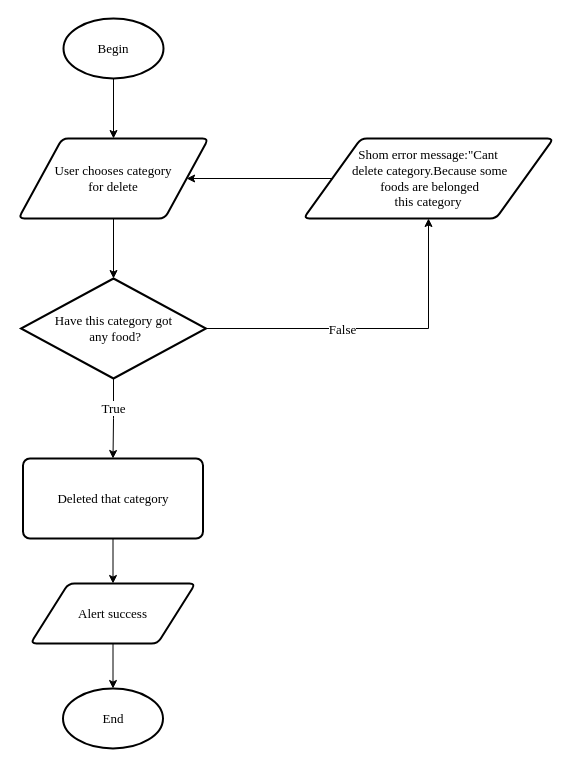
daomtthuan/do-an keeps this draw.io diagram as page "Delete Category" (18 of 20) of document/diagram/flowchart.drawio. Above is the earlier version. Source tidied: cells renumbered, new cells numbered last; positions are measured from the earlier drawing's top-left corner, leaving out a move shared by most shapes. Both pictures are drawn from the tidied source at 100%, with x=0, y=0 at pixel (18, 18).
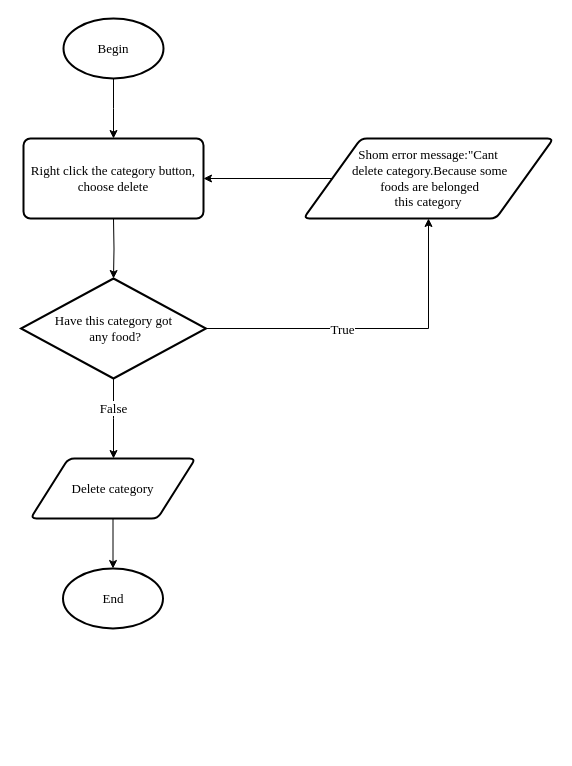
Above is the later version.

Change to the diagram source:
```diff
@@
 <mxGraphModel>
   <root>
     <mxCell id="0" />
     <mxCell id="1" parent="0" />
-    <mxCell id="2" style="edgeStyle=orthogonalEdgeStyle;rounded=0;jettySize=auto;html=1;exitX=0.5;exitY=1;exitDx=0;exitDy=0;exitPerimeter=0;fontFamily=Times New Roman;fontSize=13;" parent="1" edge="1" source="3" target="5">
-      <mxGeometry relative="1" as="geometry" />
+    <mxCell id="2" style="edgeStyle=orthogonalEdgeStyle;rounded=0;jettySize=auto;html=1;exitX=0.5;exitY=1;exitDx=0;exitDy=0;exitPerimeter=0;fontFamily=Times New Roman;fontSize=13;" parent="1" edge="1" source="3">
+      <mxGeometry relative="1" as="geometry">
+        <mxPoint x="95" y="120" as="targetPoint" />
+      </mxGeometry>
     </mxCell>
     <mxCell id="3" value="Begin" style="strokeWidth=2;html=1;shape=mxgraph.flowchart.start_1;whiteSpace=wrap;fontFamily=Times New Roman;fontSize=13;" parent="1" vertex="1">
       <mxGeometry x="45" width="100" height="60" as="geometry" />
     </mxCell>
-    <mxCell id="4" style="edgeStyle=orthogonalEdgeStyle;rounded=0;jettySize=auto;html=1;exitX=0.5;exitY=1;exitDx=0;exitDy=0;fontFamily=Times New Roman;fontSize=13;" parent="1" edge="1" source="5" target="17">
-      <mxGeometry relative="1" as="geometry" />
+    <mxCell id="4" style="edgeStyle=orthogonalEdgeStyle;rounded=0;jettySize=auto;html=1;exitX=0.5;exitY=1;exitDx=0;exitDy=0;fontFamily=Times New Roman;fontSize=13;" parent="1" edge="1" target="17">
+      <mxGeometry relative="1" as="geometry">
+        <mxPoint x="95" y="200" as="sourcePoint" />
+      </mxGeometry>
     </mxCell>
-    <mxCell id="5" value="User chooses category &lt;br style=&quot;font-size: 13px;&quot;&gt;for delete" style="shape=parallelogram;html=1;strokeWidth=2;perimeter=parallelogramPerimeter;whiteSpace=wrap;rounded=1;arcSize=12;size=0.23;fontFamily=Times New Roman;fontSize=13;" parent="1" vertex="1">
-      <mxGeometry y="120" width="190" height="80" as="geometry" />
-    </mxCell>
-    <mxCell id="6" style="edgeStyle=orthogonalEdgeStyle;rounded=0;jettySize=auto;html=1;exitX=0.5;exitY=1;exitDx=0;exitDy=0;entryX=0.5;entryY=0;entryDx=0;entryDy=0;fontFamily=Times New Roman;fontSize=13;" parent="1" edge="1" source="7" target="9">
-      <mxGeometry relative="1" as="geometry" />
-    </mxCell>
-    <mxCell id="7" value="Deleted that category" style="rounded=1;whiteSpace=wrap;html=1;absoluteArcSize=1;arcSize=14;strokeWidth=2;fontFamily=Times New Roman;fontSize=13;" parent="1" vertex="1">
-      <mxGeometry x="4.5" y="440" width="180" height="80" as="geometry" />
-    </mxCell>
     <mxCell id="8" style="edgeStyle=orthogonalEdgeStyle;rounded=0;jettySize=auto;html=1;entryX=0.5;entryY=0;entryDx=0;entryDy=0;entryPerimeter=0;fontFamily=Times New Roman;fontSize=13;" parent="1" edge="1" source="9" target="12">
       <mxGeometry relative="1" as="geometry" />
     </mxCell>
-    <mxCell id="9" value="Alert success" style="shape=parallelogram;html=1;strokeWidth=2;perimeter=parallelogramPerimeter;whiteSpace=wrap;rounded=1;arcSize=12;size=0.23;fontFamily=Times New Roman;fontSize=13;" parent="1" vertex="1">
-      <mxGeometry x="12" y="565" width="165" height="60" as="geometry" />
+    <mxCell id="9" value="Delete category" style="shape=parallelogram;html=1;strokeWidth=2;perimeter=parallelogramPerimeter;whiteSpace=wrap;rounded=1;arcSize=12;size=0.23;fontFamily=Times New Roman;fontSize=13;" parent="1" vertex="1">
+      <mxGeometry x="12" y="440" width="165" height="60" as="geometry" />
     </mxCell>
-    <mxCell id="10" style="edgeStyle=orthogonalEdgeStyle;rounded=0;jettySize=auto;html=1;exitX=0;exitY=0.5;exitDx=0;exitDy=0;entryX=1;entryY=0.5;entryDx=0;entryDy=0;fontFamily=Times New Roman;fontSize=13;" parent="1" edge="1" source="11" target="5">
+    <mxCell id="10" style="edgeStyle=orthogonalEdgeStyle;rounded=0;jettySize=auto;html=1;exitX=0;exitY=0.5;exitDx=0;exitDy=0;entryX=1;entryY=0.5;entryDx=0;entryDy=0;fontFamily=Times New Roman;fontSize=13;" parent="1" edge="1" source="11" target="18">
       <mxGeometry relative="1" as="geometry" />
     </mxCell>
     <mxCell id="11" value="Shom error message:&quot;Cant&lt;br&gt;&amp;nbsp;delete category.Because some&lt;br&gt;&amp;nbsp;foods are belonged &lt;br&gt;this category" style="shape=parallelogram;html=1;strokeWidth=2;perimeter=parallelogramPerimeter;whiteSpace=wrap;rounded=1;arcSize=12;size=0.23;fontFamily=Times New Roman;fontSize=13;" parent="1" vertex="1">
       <mxGeometry x="285" y="120" width="250" height="80" as="geometry" />
     </mxCell>
     <mxCell id="12" value="End" style="strokeWidth=2;html=1;shape=mxgraph.flowchart.start_1;whiteSpace=wrap;fontFamily=Times New Roman;fontSize=13;" parent="1" vertex="1">
-      <mxGeometry x="44.5" y="670" width="100" height="60" as="geometry" />
+      <mxGeometry x="44.5" y="550" width="100" height="60" as="geometry" />
     </mxCell>
-    <mxCell id="13" style="edgeStyle=orthogonalEdgeStyle;rounded=0;jettySize=auto;html=1;exitX=0.5;exitY=1;exitDx=0;exitDy=0;exitPerimeter=0;entryX=0.5;entryY=0;entryDx=0;entryDy=0;fontFamily=Times New Roman;fontSize=13;" parent="1" edge="1" source="17" target="7">
-      <mxGeometry relative="1" as="geometry" />
+    <mxCell id="13" style="edgeStyle=orthogonalEdgeStyle;rounded=0;jettySize=auto;html=1;exitX=0.5;exitY=1;exitDx=0;exitDy=0;exitPerimeter=0;entryX=0.5;entryY=0;entryDx=0;entryDy=0;fontFamily=Times New Roman;fontSize=13;" parent="1" edge="1" source="17">
+      <mxGeometry relative="1" as="geometry">
+        <mxPoint x="95" y="440" as="targetPoint" />
+      </mxGeometry>
     </mxCell>
-    <mxCell id="14" value="True" style="text;html=1;align=center;verticalAlign=middle;labelBackgroundColor=#ffffff;fontSize=13;fontFamily=Times New Roman;" parent="13" vertex="1">
+    <mxCell id="14" value="False" style="text;html=1;align=center;verticalAlign=middle;labelBackgroundColor=#ffffff;fontSize=13;fontFamily=Times New Roman;" parent="13" vertex="1">
       <mxGeometry x="0.29" relative="1" as="geometry">
         <mxPoint x="-0.5" y="-22" as="offset" />
       </mxGeometry>
     </mxCell>
     <mxCell id="15" style="edgeStyle=orthogonalEdgeStyle;rounded=0;jettySize=auto;html=1;exitX=1;exitY=0.5;exitDx=0;exitDy=0;exitPerimeter=0;entryX=0.5;entryY=1;entryDx=0;entryDy=0;fontFamily=Times New Roman;fontSize=13;" parent="1" edge="1" source="17" target="11">
       <mxGeometry relative="1" as="geometry" />
     </mxCell>
-    <mxCell id="16" value="False" style="text;html=1;align=center;verticalAlign=middle;labelBackgroundColor=#ffffff;fontSize=13;fontFamily=Times New Roman;" parent="15" vertex="1">
+    <mxCell id="16" value="True" style="text;html=1;align=center;verticalAlign=middle;labelBackgroundColor=#ffffff;fontSize=13;fontFamily=Times New Roman;" parent="15" vertex="1">
       <mxGeometry x="-0.18" relative="1" as="geometry" />
     </mxCell>
     <mxCell id="17" value="Have this category got&lt;br&gt;&amp;nbsp;any food?" style="strokeWidth=2;html=1;shape=mxgraph.flowchart.decision;whiteSpace=wrap;fontFamily=Times New Roman;fontSize=13;" parent="1" vertex="1">
       <mxGeometry x="2.5" y="260" width="185" height="100" as="geometry" />
     </mxCell>
+    <mxCell id="18" value="Right click the category button, choose delete" style="rounded=1;whiteSpace=wrap;html=1;absoluteArcSize=1;arcSize=14;strokeWidth=2;fontFamily=Times New Roman;fontSize=13;" parent="1" vertex="1">
+      <mxGeometry x="5" y="120" width="180" height="80" as="geometry" />
+    </mxCell>
   </root>
 </mxGraphModel>
```
